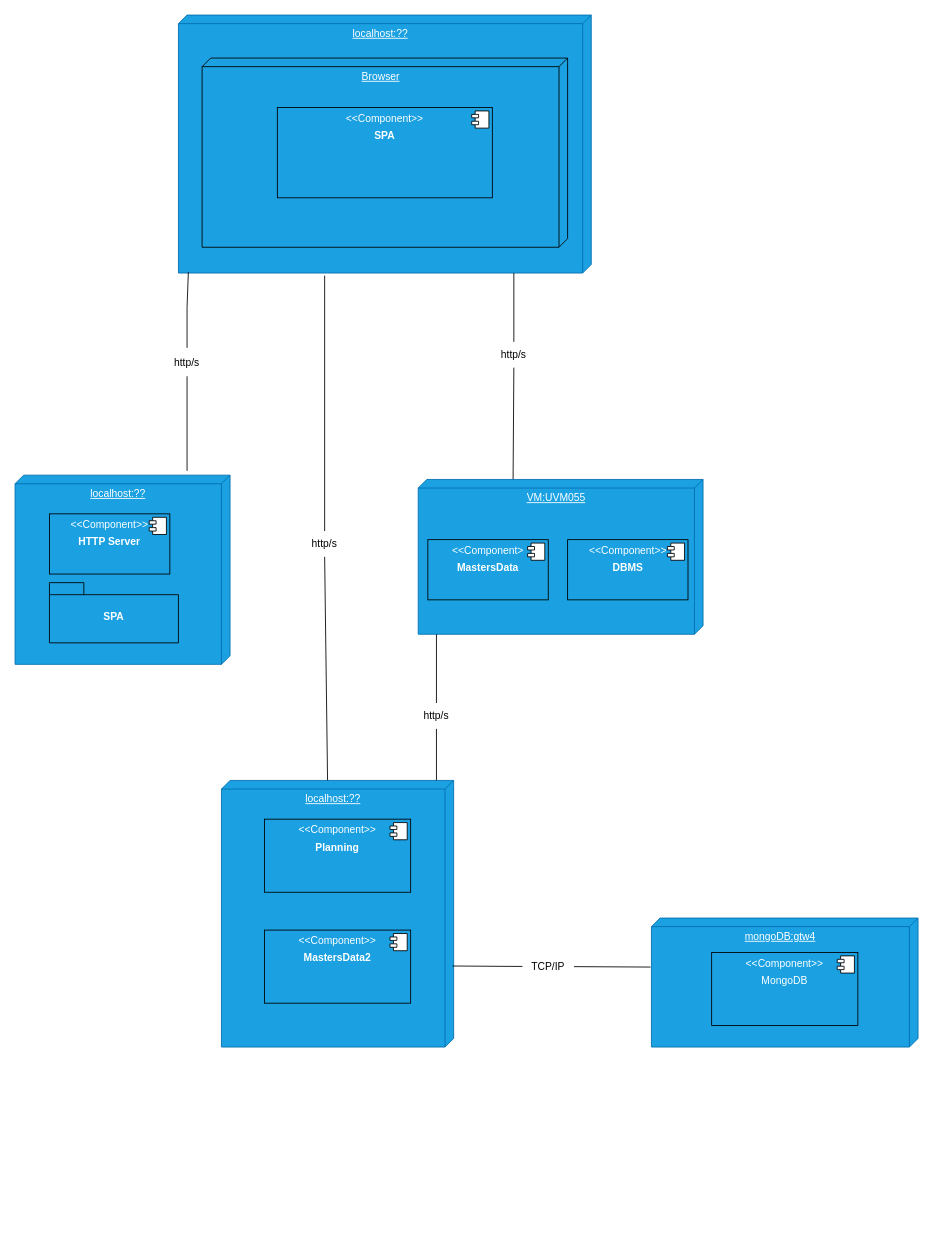
Earlier version of the draw.io diagram docs/L2/Physical_View.drawio (Rodrick0209/ISEP-SEM5PI-24-25). Source tidied: cells renumbered, new cells numbered last; positions are measured from the earlier drawing's top-left corner, leaving out a move shared by most shapes. Both pictures are drawn from the tidied source at 86%, with x=0, y=0 at pixel (15, 15).
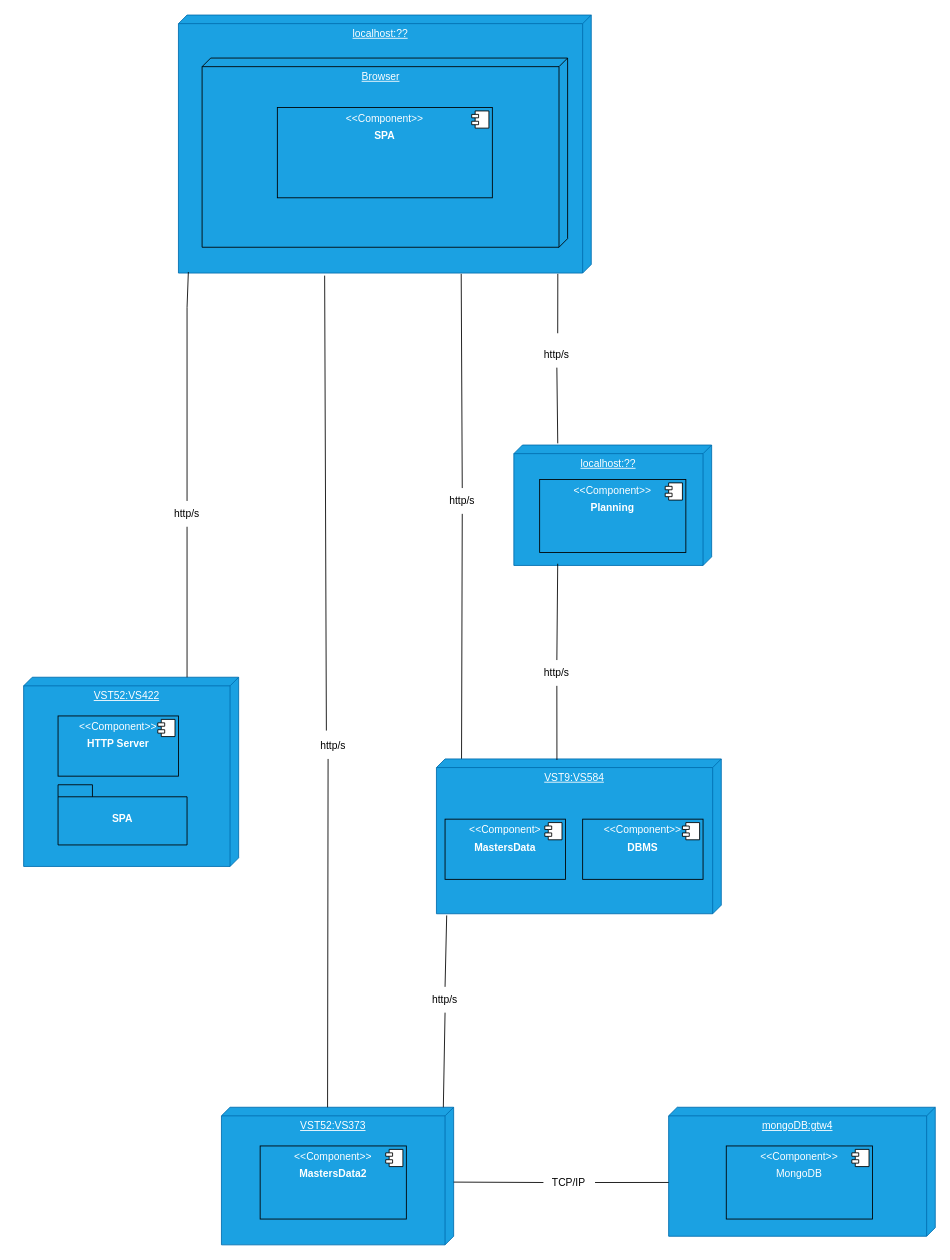
Above is the later version.

Unchanged cells that the change refers to:
```xml
<mxCell id="2" value="localhost:??" style="verticalAlign=top;align=center;spacingTop=8;spacingLeft=2;spacingRight=12;shape=cube;size=10;direction=south;fontStyle=4;html=1;whiteSpace=wrap;fillColor=#1ba1e2;fontColor=#ffffff;strokeColor=#006EAF;" parent="1" vertex="1">
  <mxGeometry x="190" width="480" height="300" as="geometry" />
</mxCell>
```

The edit, as a diff of the source:
```diff
@@
+    <mxCell id="38" value="localhost:??" style="verticalAlign=top;align=center;spacingTop=8;spacingLeft=2;spacingRight=12;shape=cube;size=10;direction=south;fontStyle=4;html=1;whiteSpace=wrap;fillColor=#1ba1e2;fontColor=#ffffff;strokeColor=#006EAF;" parent="1" vertex="1">
+      <mxGeometry x="580" y="500" width="230" height="140" as="geometry" />
+    </mxCell>
@@
-    <mxCell id="3" value="localhost:??" style="verticalAlign=top;align=center;spacingTop=8;spacingLeft=2;spacingRight=12;shape=cube;size=10;direction=south;fontStyle=4;html=1;whiteSpace=wrap;fillColor=#1ba1e2;fontColor=#ffffff;strokeColor=#006EAF;" parent="1" vertex="1">
-      <mxGeometry x="240" y="890" width="270" height="310" as="geometry" />
+    <mxCell id="3" value="VST52:VS373" style="verticalAlign=top;align=center;spacingTop=8;spacingLeft=2;spacingRight=12;shape=cube;size=10;direction=south;fontStyle=4;html=1;whiteSpace=wrap;fillColor=#1ba1e2;fontColor=#ffffff;strokeColor=#006EAF;" parent="1" vertex="1">
+      <mxGeometry x="240" y="1270" width="270" height="160" as="geometry" />
     </mxCell>
-    <mxCell id="4" value="localhost:??" style="verticalAlign=top;align=center;spacingTop=8;spacingLeft=2;spacingRight=12;shape=cube;size=10;direction=south;fontStyle=4;html=1;whiteSpace=wrap;fillColor=#1ba1e2;fontColor=#ffffff;strokeColor=#006EAF;" parent="1" vertex="1">
-      <mxGeometry y="535" width="250" height="220" as="geometry" />
+    <mxCell id="4" value="VST52:VS422" style="verticalAlign=top;align=center;spacingTop=8;spacingLeft=2;spacingRight=12;shape=cube;size=10;direction=south;fontStyle=4;html=1;whiteSpace=wrap;fillColor=#1ba1e2;fontColor=#ffffff;strokeColor=#006EAF;" parent="1" vertex="1">
+      <mxGeometry x="10" y="770" width="250" height="220" as="geometry" />
     </mxCell>
     <mxCell id="5" value="&lt;p style=&quot;margin:0px;margin-top:6px;text-align:center;&quot;&gt;&amp;lt;&amp;lt;Component&amp;gt;&amp;gt;&lt;/p&gt;&lt;p style=&quot;margin:0px;margin-top:6px;text-align:center;&quot;&gt;&lt;b&gt;Planning&lt;/b&gt;&lt;/p&gt;" style="align=left;overflow=fill;html=1;whiteSpace=wrap;fillColor=#1ba1e2;fontColor=#ffffff;strokeColor=default;" parent="1" vertex="1">
-      <mxGeometry x="290" y="935" width="170" height="85" as="geometry" />
+      <mxGeometry x="610" y="540" width="170" height="85" as="geometry" />
     </mxCell>
@@
     <mxCell id="7" value="http/s" style="text;html=1;align=center;verticalAlign=middle;whiteSpace=wrap;rounded=0;" parent="1" vertex="1">
-      <mxGeometry x="550" y="380" width="60" height="30" as="geometry" />
+      <mxGeometry x="490" y="550" width="60" height="30" as="geometry" />
     </mxCell>
-    <mxCell id="8" style="endArrow=none;html=1;rounded=0;" parent="1" edge="1">
+    <mxCell id="8" style="endArrow=none;html=1;rounded=0;entryX=1.003;entryY=0.315;entryDx=0;entryDy=0;entryPerimeter=0;" parent="1" edge="1" target="2">
       <mxGeometry relative="1" as="geometry">
-        <mxPoint x="580" y="380" as="sourcePoint" />
-        <mxPoint x="580" y="300" as="targetPoint" />
+        <mxPoint x="520" y="550" as="sourcePoint" />
       </mxGeometry>
     </mxCell>
-    <mxCell id="9" style="endArrow=none;html=1;rounded=0;entryX=0.5;entryY=1;entryDx=0;entryDy=0;exitX=0.017;exitY=0.667;exitDx=0;exitDy=0;exitPerimeter=0;" parent="1" edge="1" source="16" target="7">
-      <mxGeometry relative="1" as="geometry" />
+    <mxCell id="9" style="endArrow=none;html=1;rounded=0;entryX=0.5;entryY=1;entryDx=0;entryDy=0;exitX=0.028;exitY=0.912;exitDx=0;exitDy=0;exitPerimeter=0;" parent="1" edge="1" source="16">
+      <mxGeometry relative="1" as="geometry">
+        <mxPoint x="520" y="580" as="targetPoint" />
+      </mxGeometry>
     </mxCell>
     <mxCell id="10" value="&lt;p style=&quot;margin:0px;margin-top:6px;text-align:center;&quot;&gt;&amp;lt;&amp;lt;Component&amp;gt;&amp;gt;&lt;/p&gt;&lt;p style=&quot;margin:0px;margin-top:6px;text-align:center;&quot;&gt;&lt;b&gt;HTTP Server&lt;/b&gt;&lt;/p&gt;" style="align=left;overflow=fill;html=1;whiteSpace=wrap;fillColor=#1ba1e2;fontColor=#ffffff;strokeColor=default;" parent="1" vertex="1">
-      <mxGeometry x="40" y="580" width="140" height="70" as="geometry" />
+      <mxGeometry x="50" y="815" width="140" height="70" as="geometry" />
     </mxCell>
@@
     <mxCell id="12" value="SPA" style="shape=folder;fontStyle=1;spacingTop=10;tabWidth=40;tabHeight=14;tabPosition=left;html=1;whiteSpace=wrap;fillColor=#1ba1e2;fontColor=#ffffff;strokeColor=default;" parent="1" vertex="1">
-      <mxGeometry x="40" y="660" width="150" height="70" as="geometry" />
+      <mxGeometry x="50" y="895" width="150" height="70" as="geometry" />
     </mxCell>
-    <mxCell id="13" style="endArrow=none;html=1;rounded=0;entryX=0.996;entryY=0.976;entryDx=0;entryDy=0;entryPerimeter=0;" parent="1" edge="1" target="2">
+    <mxCell id="13" style="endArrow=none;html=1;rounded=0;entryX=0.996;entryY=0.976;entryDx=0;entryDy=0;entryPerimeter=0;exitX=0.5;exitY=0;exitDx=0;exitDy=0;" parent="1" edge="1" source="14" target="2">
       <mxGeometry relative="1" as="geometry">
-        <mxPoint x="200" y="387" as="sourcePoint" />
         <Array as="points">
           <mxPoint x="200" y="340" />
         </Array>
       </mxGeometry>
     </mxCell>
     <mxCell id="14" value="http/s" style="text;html=1;align=center;verticalAlign=middle;whiteSpace=wrap;rounded=0;" parent="1" vertex="1">
-      <mxGeometry x="170" y="390" width="60" height="30" as="geometry" />
+      <mxGeometry x="170" y="565" width="60" height="30" as="geometry" />
     </mxCell>
-    <mxCell id="15" style="endArrow=none;html=1;rounded=0;entryX=0.5;entryY=1;entryDx=0;entryDy=0;" parent="1" edge="1" target="14">
-      <mxGeometry relative="1" as="geometry">
-        <mxPoint x="200" y="530" as="sourcePoint" />
-      </mxGeometry>
+    <mxCell id="15" style="endArrow=none;html=1;rounded=0;entryX=0.5;entryY=1;entryDx=0;entryDy=0;exitX=0;exitY=0.24;exitDx=0;exitDy=0;exitPerimeter=0;" parent="1" edge="1" source="4" target="14">
+      <mxGeometry relative="1" as="geometry" />
     </mxCell>
-    <mxCell id="16" value="VM:UVM055" style="verticalAlign=top;align=center;spacingTop=8;spacingLeft=2;spacingRight=12;shape=cube;size=10;direction=south;fontStyle=4;html=1;whiteSpace=wrap;fillColor=#1ba1e2;fontColor=#ffffff;strokeColor=#006EAF;" parent="1" vertex="1">
-      <mxGeometry x="468.8" y="540" width="331.2" height="180" as="geometry" />
+    <mxCell id="16" value="VST9:VS584" style="verticalAlign=top;align=center;spacingTop=8;spacingLeft=2;spacingRight=12;shape=cube;size=10;direction=south;fontStyle=4;html=1;whiteSpace=wrap;fillColor=#1ba1e2;fontColor=#ffffff;strokeColor=#006EAF;" parent="1" vertex="1">
+      <mxGeometry x="490" y="865" width="331.2" height="180" as="geometry" />
     </mxCell>
     <mxCell id="17" value="&lt;p style=&quot;margin:0px;margin-top:6px;text-align:center;&quot;&gt;&amp;lt;&amp;lt;Component&amp;gt;&lt;/p&gt;&lt;p style=&quot;margin:0px;margin-top:6px;text-align:center;&quot;&gt;&lt;b&gt;MastersData&lt;/b&gt;&lt;/p&gt;" style="align=left;overflow=fill;html=1;whiteSpace=wrap;fillColor=#1ba1e2;fontColor=#ffffff;strokeColor=default;" parent="1" vertex="1">
-      <mxGeometry x="480" y="610" width="140" height="70" as="geometry" />
+      <mxGeometry x="500" y="935" width="140" height="70" as="geometry" />
     </mxCell>
@@
     <mxCell id="19" value="&lt;p style=&quot;margin:0px;margin-top:6px;text-align:center;&quot;&gt;&amp;lt;&amp;lt;Component&amp;gt;&amp;gt;&lt;/p&gt;&lt;p style=&quot;margin:0px;margin-top:6px;text-align:center;&quot;&gt;&lt;b&gt;DBMS&lt;/b&gt;&lt;/p&gt;" style="align=left;overflow=fill;html=1;whiteSpace=wrap;fillColor=#1ba1e2;fontColor=#ffffff;strokeColor=default;" parent="1" vertex="1">
-      <mxGeometry x="642.5" y="610" width="140" height="70" as="geometry" />
+      <mxGeometry x="660" y="935" width="140" height="70" as="geometry" />
     </mxCell>
@@
     <mxCell id="24" value="http/s" style="text;html=1;align=center;verticalAlign=middle;whiteSpace=wrap;rounded=0;" parent="1" vertex="1">
-      <mxGeometry x="330" y="600" width="60" height="30" as="geometry" />
+      <mxGeometry x="340" y="835" width="60" height="30" as="geometry" />
     </mxCell>
-    <mxCell id="25" style="endArrow=none;html=1;rounded=0;exitX=0.5;exitY=0;exitDx=0;exitDy=0;" parent="1" edge="1" source="24">
+    <mxCell id="25" style="endArrow=none;html=1;rounded=0;exitX=0.367;exitY=-0.1;exitDx=0;exitDy=0;exitPerimeter=0;" parent="1" edge="1" source="24">
       <mxGeometry relative="1" as="geometry">
         <mxPoint x="360" y="303" as="targetPoint" />
       </mxGeometry>
     </mxCell>
-    <mxCell id="26" style="endArrow=none;html=1;rounded=0;entryX=0.5;entryY=1;entryDx=0;entryDy=0;exitX=0;exitY=0.543;exitDx=0;exitDy=0;exitPerimeter=0;" parent="1" edge="1" source="3" target="24">
+    <mxCell id="26" style="endArrow=none;html=1;rounded=0;entryX=0.4;entryY=1;entryDx=0;entryDy=0;exitX=0;exitY=0.543;exitDx=0;exitDy=0;exitPerimeter=0;entryPerimeter=0;" parent="1" edge="1" source="3" target="24">
       <mxGeometry relative="1" as="geometry" />
     </mxCell>
-    <mxCell id="27" style="endArrow=none;html=1;rounded=0;exitX=0.5;exitY=0;exitDx=0;exitDy=0;" parent="1" edge="1" source="28">
-      <mxGeometry relative="1" as="geometry">
-        <mxPoint x="490" y="720" as="targetPoint" />
-      </mxGeometry>
+    <mxCell id="27" style="endArrow=none;html=1;rounded=0;exitX=0.5;exitY=0;exitDx=0;exitDy=0;entryX=1.011;entryY=0.964;entryDx=0;entryDy=0;entryPerimeter=0;" parent="1" edge="1" source="28" target="16">
+      <mxGeometry relative="1" as="geometry" />
     </mxCell>
     <mxCell id="28" value="http/s" style="text;html=1;align=center;verticalAlign=middle;whiteSpace=wrap;rounded=0;" parent="1" vertex="1">
-      <mxGeometry x="460" y="800" width="60" height="30" as="geometry" />
+      <mxGeometry x="470" y="1130" width="60" height="30" as="geometry" />
     </mxCell>
     <mxCell id="29" style="endArrow=none;html=1;rounded=0;exitX=0.5;exitY=1;exitDx=0;exitDy=0;" parent="1" edge="1" source="28">
       <mxGeometry relative="1" as="geometry">
-        <mxPoint x="490" y="890" as="targetPoint" />
+        <mxPoint x="498" y="1270" as="targetPoint" />
       </mxGeometry>
     </mxCell>
     <mxCell id="30" value="&lt;p style=&quot;margin:0px;margin-top:6px;text-align:center;&quot;&gt;&amp;lt;&amp;lt;Component&amp;gt;&amp;gt;&lt;/p&gt;&lt;p style=&quot;margin:0px;margin-top:6px;text-align:center;&quot;&gt;&lt;b&gt;MastersData2&lt;/b&gt;&lt;/p&gt;" style="align=left;overflow=fill;html=1;whiteSpace=wrap;fillColor=#1ba1e2;fontColor=#ffffff;strokeColor=default;" parent="1" vertex="1">
-      <mxGeometry x="290" y="1064" width="170" height="85" as="geometry" />
+      <mxGeometry x="285" y="1315" width="170" height="85" as="geometry" />
     </mxCell>
@@
     <mxCell id="32" value="mongoDB:gtw4" style="verticalAlign=top;align=center;spacingTop=8;spacingLeft=2;spacingRight=12;shape=cube;size=10;direction=south;fontStyle=4;html=1;whiteSpace=wrap;fillColor=#1ba1e2;fontColor=#ffffff;strokeColor=#006EAF;" parent="1" vertex="1">
-      <mxGeometry x="740" y="1050" width="310" height="150" as="geometry" />
+      <mxGeometry x="760" y="1270" width="310" height="150" as="geometry" />
     </mxCell>
     <mxCell id="33" value="&lt;p style=&quot;margin:0px;margin-top:6px;text-align:center;&quot;&gt;&amp;lt;&amp;lt;Component&amp;gt;&amp;gt;&lt;/p&gt;&lt;p style=&quot;margin:0px;margin-top:6px;text-align:center;&quot;&gt;MongoDB&lt;/p&gt;" style="align=left;overflow=fill;html=1;whiteSpace=wrap;fillColor=#1ba1e2;fontColor=#ffffff;strokeColor=default;" parent="1" vertex="1">
-      <mxGeometry x="810" y="1090" width="170" height="85" as="geometry" />
+      <mxGeometry x="827" y="1315" width="170" height="85" as="geometry" />
     </mxCell>
@@
-    <mxCell id="35" style="endArrow=none;html=1;rounded=0;entryX=0.696;entryY=0.005;entryDx=0;entryDy=0;entryPerimeter=0;" parent="1" edge="1" source="36" target="3">
+    <mxCell id="35" style="endArrow=none;html=1;rounded=0;exitX=0;exitY=0.5;exitDx=0;exitDy=0;entryX=0.544;entryY=0;entryDx=0;entryDy=0;entryPerimeter=0;" parent="1" edge="1" source="36" target="3">
       <mxGeometry relative="1" as="geometry" />
     </mxCell>
     <mxCell id="36" value="TCP/IP" style="text;html=1;align=center;verticalAlign=middle;whiteSpace=wrap;rounded=0;" parent="1" vertex="1">
-      <mxGeometry x="590" y="1091.5" width="60" height="30" as="geometry" />
+      <mxGeometry x="614.4" y="1342.5" width="60" height="30" as="geometry" />
     </mxCell>
-    <mxCell id="37" style="endArrow=none;html=1;rounded=0;entryX=1;entryY=0.5;entryDx=0;entryDy=0;" parent="1" edge="1" target="36">
-      <mxGeometry relative="1" as="geometry">
-        <mxPoint x="739" y="1107" as="sourcePoint" />
-      </mxGeometry>
+    <mxCell id="37" style="endArrow=none;html=1;rounded=0;exitX=0.583;exitY=1;exitDx=0;exitDy=0;exitPerimeter=0;entryX=1;entryY=0.5;entryDx=0;entryDy=0;" parent="1" edge="1" source="32" target="36">
+      <mxGeometry relative="1" as="geometry" />
     </mxCell>
+    <mxCell id="39" style="endArrow=none;html=1;rounded=0;entryX=1.003;entryY=0.081;entryDx=0;entryDy=0;entryPerimeter=0;" parent="1" edge="1" target="2">
+      <mxGeometry relative="1" as="geometry">
+        <mxPoint x="631" y="370" as="sourcePoint" />
+      </mxGeometry>
+    </mxCell>
+    <mxCell id="40" style="endArrow=none;html=1;rounded=0;entryX=0.5;entryY=1;entryDx=0;entryDy=0;exitX=-0.014;exitY=0.778;exitDx=0;exitDy=0;exitPerimeter=0;" parent="1" edge="1" source="38" target="41">
+      <mxGeometry relative="1" as="geometry" />
+    </mxCell>
+    <mxCell id="41" value="http/s" style="text;html=1;align=center;verticalAlign=middle;whiteSpace=wrap;rounded=0;" parent="1" vertex="1">
+      <mxGeometry x="600" y="380" width="60" height="30" as="geometry" />
+    </mxCell>
+    <mxCell id="42" style="endArrow=none;html=1;rounded=0;entryX=1.003;entryY=0.081;entryDx=0;entryDy=0;entryPerimeter=0;exitX=0.5;exitY=0;exitDx=0;exitDy=0;" parent="1" edge="1" source="44">
+      <mxGeometry relative="1" as="geometry">
+        <mxPoint x="631" y="638" as="targetPoint" />
+      </mxGeometry>
+    </mxCell>
+    <mxCell id="43" style="endArrow=none;html=1;rounded=0;entryX=0.5;entryY=1;entryDx=0;entryDy=0;exitX=0.006;exitY=0.577;exitDx=0;exitDy=0;exitPerimeter=0;" parent="1" edge="1" source="16" target="44">
+      <mxGeometry relative="1" as="geometry" />
+    </mxCell>
+    <mxCell id="44" value="http/s" style="text;html=1;align=center;verticalAlign=middle;whiteSpace=wrap;rounded=0;" parent="1" vertex="1">
+      <mxGeometry x="600" y="750" width="60" height="30" as="geometry" />
+    </mxCell>
```
